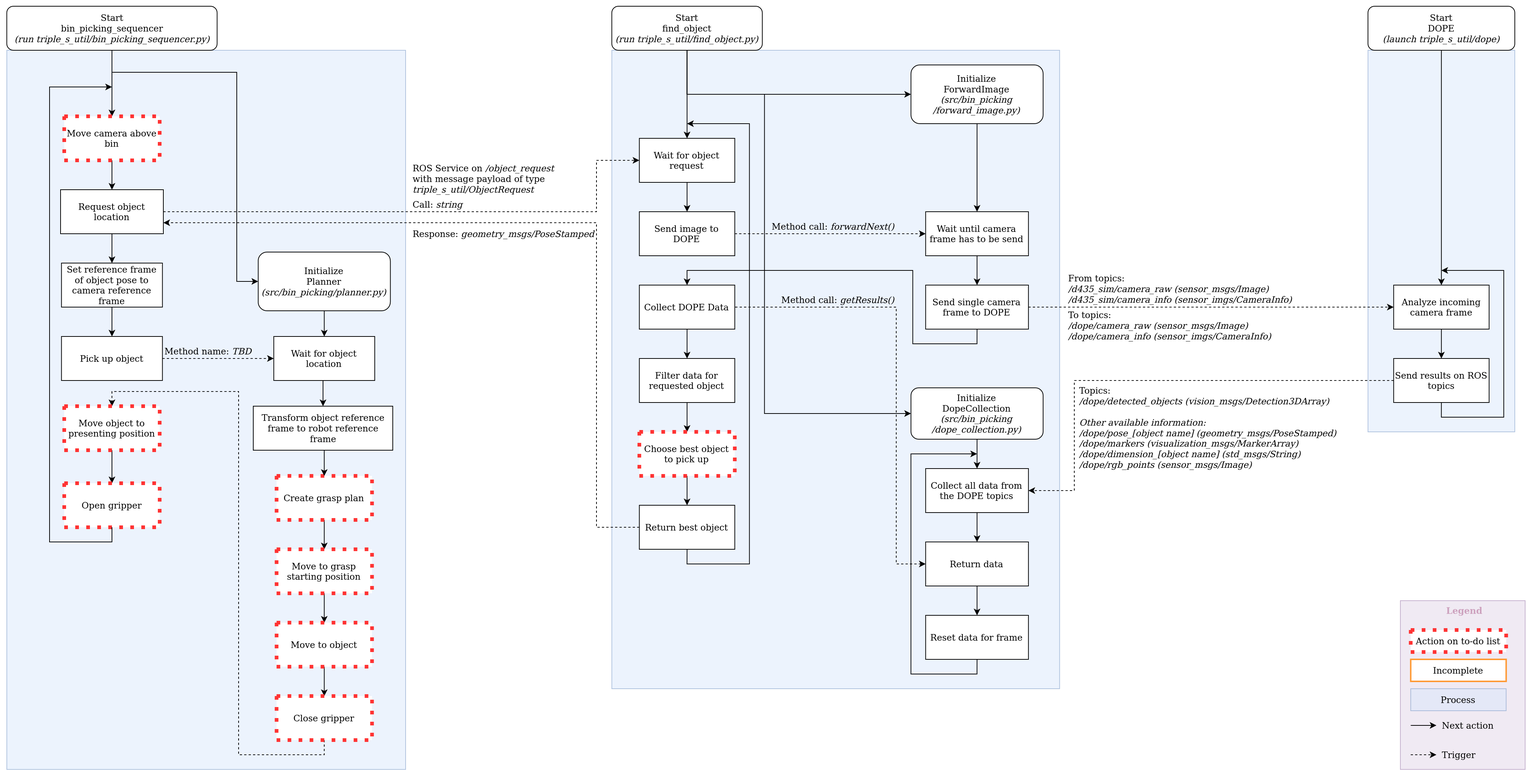
This is documentation/resources/main_flowchart.png from TripleSBinPicking/bin_picking_environment, a draw.io export, as it was before one commit. Source tidied: cells renumbered, new cells last; positions are measured from the earlier drawing's top-left corner, leaving out a move shared by most shapes.
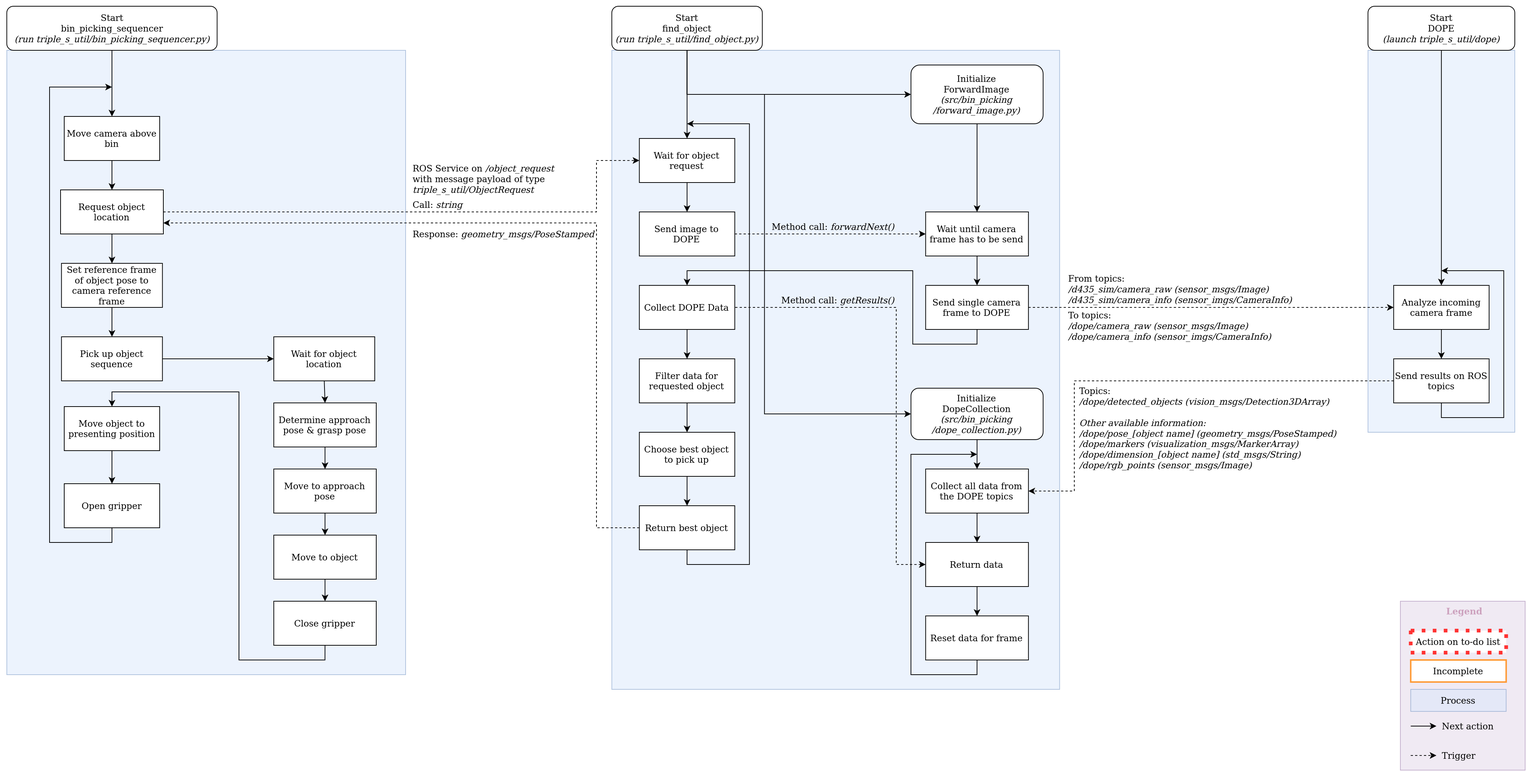
The same diagram one commit later.

Change to the diagram source:
```diff
@@ -9,7 +9,7 @@
       <mxGeometry x="823.9" y="60" width="610" height="870" as="geometry" />
     </mxCell>
     <mxCell id="4" style="rounded=0;whiteSpace=wrap;html=1;strokeColor=#6c8ebf;strokeWidth=1;fillColor=#dae8fc;align=left;labelBorderColor=none;shadow=0;glass=0;opacity=50;" parent="1" vertex="1">
-      <mxGeometry x="-0.2" y="60" width="543.2" height="980" as="geometry" />
+      <mxGeometry x="-0.2" y="60" width="543.2" height="850" as="geometry" />
     </mxCell>
     <mxCell id="5" style="rounded=0;whiteSpace=wrap;html=1;strokeColor=#6c8ebf;strokeWidth=1;fillColor=#dae8fc;align=left;labelBorderColor=none;shadow=0;glass=0;opacity=50;" parent="1" vertex="1">
       <mxGeometry x="1853.9" y="60" width="200" height="520" as="geometry" />
@@ -17,15 +17,6 @@
     <mxCell id="6" style="edgeStyle=orthogonalEdgeStyle;rounded=0;jettySize=auto;html=1;exitX=0.5;exitY=1;exitDx=0;exitDy=0;entryX=0.5;entryY=0;entryDx=0;entryDy=0;startArrow=none;startFill=0;endArrow=classic;endFill=1;fontColor=#000000;" parent="1" edge="1" source="8" target="83">
       <mxGeometry relative="1" as="geometry" />
     </mxCell>
-    <mxCell id="7" style="edgeStyle=orthogonalEdgeStyle;rounded=0;jettySize=auto;html=1;exitX=0.5;exitY=1;exitDx=0;exitDy=0;entryX=0;entryY=0.5;entryDx=0;entryDy=0;startArrow=none;startFill=0;endArrow=classic;endFill=1;fontColor=#000000;" parent="1" edge="1" source="8" target="65">
-      <mxGeometry relative="1" as="geometry">
-        <Array as="points">
-          <mxPoint x="143" y="90" />
-          <mxPoint x="313" y="90" />
-          <mxPoint x="313" y="375" />
-        </Array>
-      </mxGeometry>
-    </mxCell>
     <mxCell id="8" value="&lt;div align=&quot;center&quot;&gt;Start&lt;/div&gt;&lt;div&gt;bin_picking_sequencer&lt;/div&gt;&lt;div&gt;&lt;i&gt;(run triple_s_util/&lt;/i&gt;&lt;i&gt;bin_picking_sequencer.py)&lt;/i&gt;&lt;/div&gt;" style="rounded=1;whiteSpace=wrap;html=1;align=center;" parent="1" vertex="1">
       <mxGeometry x="-0.2" width="286.5" height="60" as="geometry" />
     </mxCell>
@@ -91,7 +82,7 @@
     <mxCell id="25" style="edgeStyle=orthogonalEdgeStyle;rounded=0;jettySize=auto;html=1;" parent="1" edge="1" source="26" target="29">
       <mxGeometry relative="1" as="geometry" />
     </mxCell>
-    <mxCell id="26" value="Choose best object to pick up" style="rounded=0;whiteSpace=wrap;html=1;align=center;dashed=1;strokeColor=#FF3333;strokeWidth=5;perimeterSpacing=0;dashPattern=1 2;" parent="1" vertex="1">
+    <mxCell id="26" value="Choose best object to pick up" style="rounded=0;whiteSpace=wrap;html=1;align=center;strokeWidth=1;perimeterSpacing=0;" parent="1" vertex="1">
       <mxGeometry x="861.4" y="580" width="130" height="60" as="geometry" />
     </mxCell>
     <mxCell id="27" style="edgeStyle=orthogonalEdgeStyle;rounded=0;jettySize=auto;html=1;exitX=0.5;exitY=1;exitDx=0;exitDy=0;" parent="1" edge="1" source="29">
@@ -127,10 +118,10 @@
     <mxCell id="33" value="Set reference frame of object pose to camera reference frame" style="rounded=0;whiteSpace=wrap;html=1;align=center;" parent="1" vertex="1">
       <mxGeometry x="74.2" y="350" width="137.5" height="60" as="geometry" />
     </mxCell>
-    <mxCell id="34" style="edgeStyle=orthogonalEdgeStyle;rounded=0;jettySize=auto;html=1;exitX=1;exitY=0.5;exitDx=0;exitDy=0;entryX=0;entryY=0.5;entryDx=0;entryDy=0;startArrow=none;startFill=0;endArrow=classic;endFill=1;fontColor=#CDA2BE;dashed=1;" parent="1" edge="1" source="35" target="67">
+    <mxCell id="34" style="edgeStyle=orthogonalEdgeStyle;rounded=0;jettySize=auto;html=1;exitX=1;exitY=0.5;exitDx=0;exitDy=0;entryX=0;entryY=0.5;entryDx=0;entryDy=0;startArrow=none;startFill=0;endArrow=classic;endFill=1;fontColor=#CDA2BE;" parent="1" edge="1" source="35" target="67">
       <mxGeometry relative="1" as="geometry" />
     </mxCell>
-    <mxCell id="35" value="Pick up object" style="rounded=0;whiteSpace=wrap;html=1;align=center;" parent="1" vertex="1">
+    <mxCell id="35" value="&lt;div&gt;Pick up object&lt;/div&gt;&lt;div&gt;sequence&lt;br&gt;&lt;/div&gt;" style="rounded=0;whiteSpace=wrap;html=1;align=center;" parent="1" vertex="1">
       <mxGeometry x="74.2" y="450" width="137.5" height="60" as="geometry" />
     </mxCell>
     <mxCell id="36" style="edgeStyle=orthogonalEdgeStyle;rounded=0;jettySize=auto;html=1;exitX=0.5;exitY=1;exitDx=0;exitDy=0;entryX=0.5;entryY=0;entryDx=0;entryDy=0;" parent="1" edge="1" source="37" target="39">
@@ -248,71 +239,56 @@
     <mxCell id="63" value="&lt;div&gt;Start&lt;/div&gt;&lt;div&gt;DOPE&lt;/div&gt;&lt;div&gt;&lt;i&gt;(launch triple_s_util/dope)&lt;/i&gt;&lt;br&gt;&lt;/div&gt;" style="rounded=1;whiteSpace=wrap;html=1;strokeColor=#000000;strokeWidth=1;fillColor=#ffffff;gradientColor=none;align=center;verticalAlign=middle;" parent="1" vertex="1">
       <mxGeometry x="1853.9" width="200" height="60" as="geometry" />
     </mxCell>
-    <mxCell id="64" style="edgeStyle=orthogonalEdgeStyle;rounded=0;jettySize=auto;html=1;exitX=0.5;exitY=1;exitDx=0;exitDy=0;entryX=0.5;entryY=0;entryDx=0;entryDy=0;startArrow=none;startFill=0;endArrow=classic;endFill=1;fontColor=#CDA2BE;" parent="1" edge="1" source="65" target="67">
-      <mxGeometry relative="1" as="geometry" />
-    </mxCell>
-    <mxCell id="65" value="Initialize&lt;br&gt;&lt;div&gt;Planner&lt;/div&gt;&lt;div&gt;&lt;font size=&quot;1&quot;&gt;&lt;i style=&quot;font-size: 12px&quot;&gt;(src/bin_picking/planner.py)&lt;/i&gt;&lt;/font&gt;&lt;br&gt;&lt;/div&gt;" style="rounded=1;whiteSpace=wrap;html=1;align=center;" parent="1" vertex="1">
-      <mxGeometry x="342.2" y="335" width="180" height="80" as="geometry" />
-    </mxCell>
-    <mxCell id="66" style="edgeStyle=orthogonalEdgeStyle;rounded=0;jettySize=auto;html=1;exitX=0.5;exitY=1;exitDx=0;exitDy=0;entryX=0.5;entryY=0;entryDx=0;entryDy=0;startArrow=none;startFill=0;endArrow=classic;endFill=1;fontColor=#CDA2BE;" parent="1" edge="1" source="67" target="71">
-      <mxGeometry relative="1" as="geometry" />
-    </mxCell>
+    <mxCell id="92" style="edgeStyle=orthogonalEdgeStyle;rounded=0;jettySize=auto;html=1;exitX=0.5;exitY=1;exitDx=0;exitDy=0;entryX=0.5;entryY=0;entryDx=0;entryDy=0;" parent="1" edge="1" source="67" target="69">
+      <mxGeometry relative="1" as="geometry" />
+    </mxCell>
     <mxCell id="67" value="Wait for object location" style="rounded=0;whiteSpace=wrap;html=1;align=center;" parent="1" vertex="1">
       <mxGeometry x="363.4" y="450" width="137.5" height="60" as="geometry" />
     </mxCell>
-    <mxCell id="68" style="edgeStyle=orthogonalEdgeStyle;rounded=0;jettySize=auto;html=1;exitX=0.5;exitY=1;exitDx=0;exitDy=0;entryX=0.5;entryY=0;entryDx=0;entryDy=0;startArrow=none;startFill=0;endArrow=classic;endFill=1;fontColor=#CDA2BE;" parent="1" edge="1" source="69" target="73">
+    <mxCell id="68" style="edgeStyle=orthogonalEdgeStyle;rounded=0;jettySize=auto;html=1;exitX=0.5;exitY=1;exitDx=0;exitDy=0;entryX=0.5;entryY=0;entryDx=0;entryDy=0;" parent="1" edge="1" source="69" target="73">
       <mxGeometry relative="1" as="geometry" />
     </mxCell>
-    <mxCell id="69" value="Create grasp plan" style="rounded=0;whiteSpace=wrap;html=1;align=center;dashed=1;strokeColor=#FF3333;strokeWidth=5;perimeterSpacing=0;dashPattern=1 2;" parent="1" vertex="1">
-      <mxGeometry x="367.2" y="640" width="130" height="60" as="geometry" />
+    <mxCell id="69" value="Determine approach pose &amp;amp; grasp pose" style="rounded=0;whiteSpace=wrap;html=1;align=center;strokeWidth=1;perimeterSpacing=0;" parent="1" vertex="1">
+      <mxGeometry x="363.4" y="540" width="139.6" height="60" as="geometry" />
     </mxCell>
-    <mxCell id="70" style="edgeStyle=orthogonalEdgeStyle;rounded=0;jettySize=auto;html=1;exitX=0.5;exitY=1;exitDx=0;exitDy=0;entryX=0.5;entryY=0;entryDx=0;entryDy=0;startArrow=none;startFill=0;endArrow=classic;endFill=1;fontColor=#CDA2BE;" parent="1" edge="1" source="71" target="69">
-      <mxGeometry relative="1" as="geometry" />
-    </mxCell>
-    <mxCell id="71" value="Transform object reference frame to robot reference frame" style="rounded=0;whiteSpace=wrap;html=1;align=center;" parent="1" vertex="1">
-      <mxGeometry x="335.5" y="545" width="190" height="60" as="geometry" />
-    </mxCell>
-    <mxCell id="72" style="edgeStyle=orthogonalEdgeStyle;rounded=0;jettySize=auto;html=1;exitX=0.5;exitY=1;exitDx=0;exitDy=0;entryX=0.5;entryY=0;entryDx=0;entryDy=0;startArrow=none;startFill=0;endArrow=classic;endFill=1;fontColor=#CDA2BE;" parent="1" edge="1" source="73" target="75">
+    <mxCell id="72" style="edgeStyle=orthogonalEdgeStyle;rounded=0;jettySize=auto;html=1;exitX=0.5;exitY=1;exitDx=0;exitDy=0;entryX=0.5;entryY=0;entryDx=0;entryDy=0;" parent="1" edge="1" source="73" target="75">
       <mxGeometry relative="1" as="geometry" />
     </mxCell>
-    <mxCell id="73" value="Move to grasp starting position" style="rounded=0;whiteSpace=wrap;html=1;align=center;dashed=1;strokeColor=#FF3333;strokeWidth=5;perimeterSpacing=0;dashPattern=1 2;" parent="1" vertex="1">
-      <mxGeometry x="367.2" y="740" width="130" height="60" as="geometry" />
+    <mxCell id="73" value="Move to approach pose" style="rounded=0;whiteSpace=wrap;html=1;align=center;strokeWidth=1;perimeterSpacing=0;" parent="1" vertex="1">
+      <mxGeometry x="363.4" y="630" width="139.6" height="60" as="geometry" />
     </mxCell>
-    <mxCell id="74" style="edgeStyle=orthogonalEdgeStyle;rounded=0;jettySize=auto;html=1;exitX=0.5;exitY=1;exitDx=0;exitDy=0;entryX=0.5;entryY=0;entryDx=0;entryDy=0;startArrow=none;startFill=0;endArrow=classic;endFill=1;fontColor=#CDA2BE;" parent="1" edge="1" source="75" target="77">
+    <mxCell id="74" style="edgeStyle=orthogonalEdgeStyle;rounded=0;jettySize=auto;html=1;exitX=0.5;exitY=1;exitDx=0;exitDy=0;entryX=0.5;entryY=0;entryDx=0;entryDy=0;" parent="1" edge="1" source="75" target="77">
       <mxGeometry relative="1" as="geometry" />
     </mxCell>
-    <mxCell id="75" value="Move to object" style="rounded=0;whiteSpace=wrap;html=1;align=center;dashed=1;strokeColor=#FF3333;strokeWidth=5;perimeterSpacing=0;dashPattern=1 2;" parent="1" vertex="1">
-      <mxGeometry x="367.2" y="840" width="130" height="60" as="geometry" />
+    <mxCell id="75" value="Move to object" style="rounded=0;whiteSpace=wrap;html=1;align=center;strokeWidth=1;perimeterSpacing=0;" parent="1" vertex="1">
+      <mxGeometry x="363.4" y="720" width="139.6" height="60" as="geometry" />
     </mxCell>
-    <mxCell id="76" style="edgeStyle=orthogonalEdgeStyle;rounded=0;jettySize=auto;html=1;exitX=0.5;exitY=1;exitDx=0;exitDy=0;dashed=1;startArrow=none;startFill=0;endArrow=classic;endFill=1;fontColor=#000000;entryX=0.5;entryY=0;entryDx=0;entryDy=0;" parent="1" edge="1" source="77" target="80">
+    <mxCell id="76" style="edgeStyle=orthogonalEdgeStyle;rounded=0;jettySize=auto;html=1;exitX=0.5;exitY=1;exitDx=0;exitDy=0;startArrow=none;startFill=0;endArrow=classic;endFill=1;fontColor=#000000;entryX=0.5;entryY=0;entryDx=0;entryDy=0;" parent="1" edge="1" source="77" target="80">
       <mxGeometry relative="1" as="geometry">
         <Array as="points">
-          <mxPoint x="432.5" y="1020" />
-          <mxPoint x="315.5" y="1020" />
-          <mxPoint x="315.5" y="525" />
-          <mxPoint x="143.5" y="525" />
+          <mxPoint x="433" y="890" />
+          <mxPoint x="316" y="890" />
+          <mxPoint x="316" y="525" />
+          <mxPoint x="143" y="525" />
         </Array>
       </mxGeometry>
     </mxCell>
-    <mxCell id="77" value="Close gripper" style="rounded=0;whiteSpace=wrap;html=1;align=center;dashed=1;strokeColor=#FF3333;strokeWidth=5;perimeterSpacing=0;dashPattern=1 2;" parent="1" vertex="1">
-      <mxGeometry x="367.2" y="940" width="130" height="60" as="geometry" />
+    <mxCell id="77" value="Close gripper" style="rounded=0;whiteSpace=wrap;html=1;align=center;strokeWidth=1;perimeterSpacing=0;" parent="1" vertex="1">
+      <mxGeometry x="363.4" y="810" width="139.6" height="60" as="geometry" />
     </mxCell>
-    <mxCell id="78" value="Method name: &lt;i&gt;TBD&lt;/i&gt;" style="text;html=1;strokeColor=none;fillColor=none;align=left;verticalAlign=middle;whiteSpace=wrap;rounded=0;shadow=0;glass=0;opacity=50;" parent="1" vertex="1">
-      <mxGeometry x="213" y="460" width="132.5" height="20" as="geometry" />
-    </mxCell>
     <mxCell id="79" style="edgeStyle=orthogonalEdgeStyle;rounded=0;jettySize=auto;html=1;exitX=0.5;exitY=1;exitDx=0;exitDy=0;entryX=0.5;entryY=0;entryDx=0;entryDy=0;startArrow=none;startFill=0;endArrow=classic;endFill=1;fontColor=#000000;" parent="1" edge="1" source="80" target="81">
       <mxGeometry relative="1" as="geometry" />
     </mxCell>
-    <mxCell id="80" value="Move object to presenting position" style="rounded=0;whiteSpace=wrap;html=1;align=center;dashed=1;strokeColor=#FF3333;strokeWidth=5;perimeterSpacing=0;dashPattern=1 2;" parent="1" vertex="1">
+    <mxCell id="80" value="Move object to presenting position" style="rounded=0;whiteSpace=wrap;html=1;align=center;strokeWidth=1;perimeterSpacing=0;" parent="1" vertex="1">
       <mxGeometry x="78" y="545" width="130" height="60" as="geometry" />
     </mxCell>
-    <mxCell id="81" value="Open gripper" style="rounded=0;whiteSpace=wrap;html=1;align=center;dashed=1;strokeColor=#FF3333;strokeWidth=5;perimeterSpacing=0;dashPattern=1 2;" parent="1" vertex="1">
+    <mxCell id="81" value="Open gripper" style="rounded=0;whiteSpace=wrap;html=1;align=center;strokeWidth=1;perimeterSpacing=0;" parent="1" vertex="1">
       <mxGeometry x="78" y="650" width="130" height="60" as="geometry" />
     </mxCell>
     <mxCell id="82" style="edgeStyle=orthogonalEdgeStyle;rounded=0;jettySize=auto;html=1;exitX=0.5;exitY=1;exitDx=0;exitDy=0;entryX=0.5;entryY=0;entryDx=0;entryDy=0;startArrow=none;startFill=0;endArrow=classic;endFill=1;fontColor=#000000;" parent="1" edge="1" source="83" target="11">
       <mxGeometry relative="1" as="geometry" />
     </mxCell>
-    <mxCell id="83" value="Move camera above bin" style="rounded=0;whiteSpace=wrap;html=1;align=center;dashed=1;strokeColor=#FF3333;strokeWidth=5;perimeterSpacing=0;dashPattern=1 2;" parent="1" vertex="1">
+    <mxCell id="83" value="Move camera above bin" style="rounded=0;whiteSpace=wrap;html=1;align=center;strokeWidth=1;perimeterSpacing=0;" parent="1" vertex="1">
       <mxGeometry x="78" y="150" width="130" height="60" as="geometry" />
     </mxCell>
     <mxCell id="84" style="edgeStyle=orthogonalEdgeStyle;rounded=0;jettySize=auto;html=1;exitX=0.5;exitY=1;exitDx=0;exitDy=0;startArrow=none;startFill=0;endArrow=classic;endFill=1;fontColor=#000000;" parent="1" edge="1" source="81">
```
